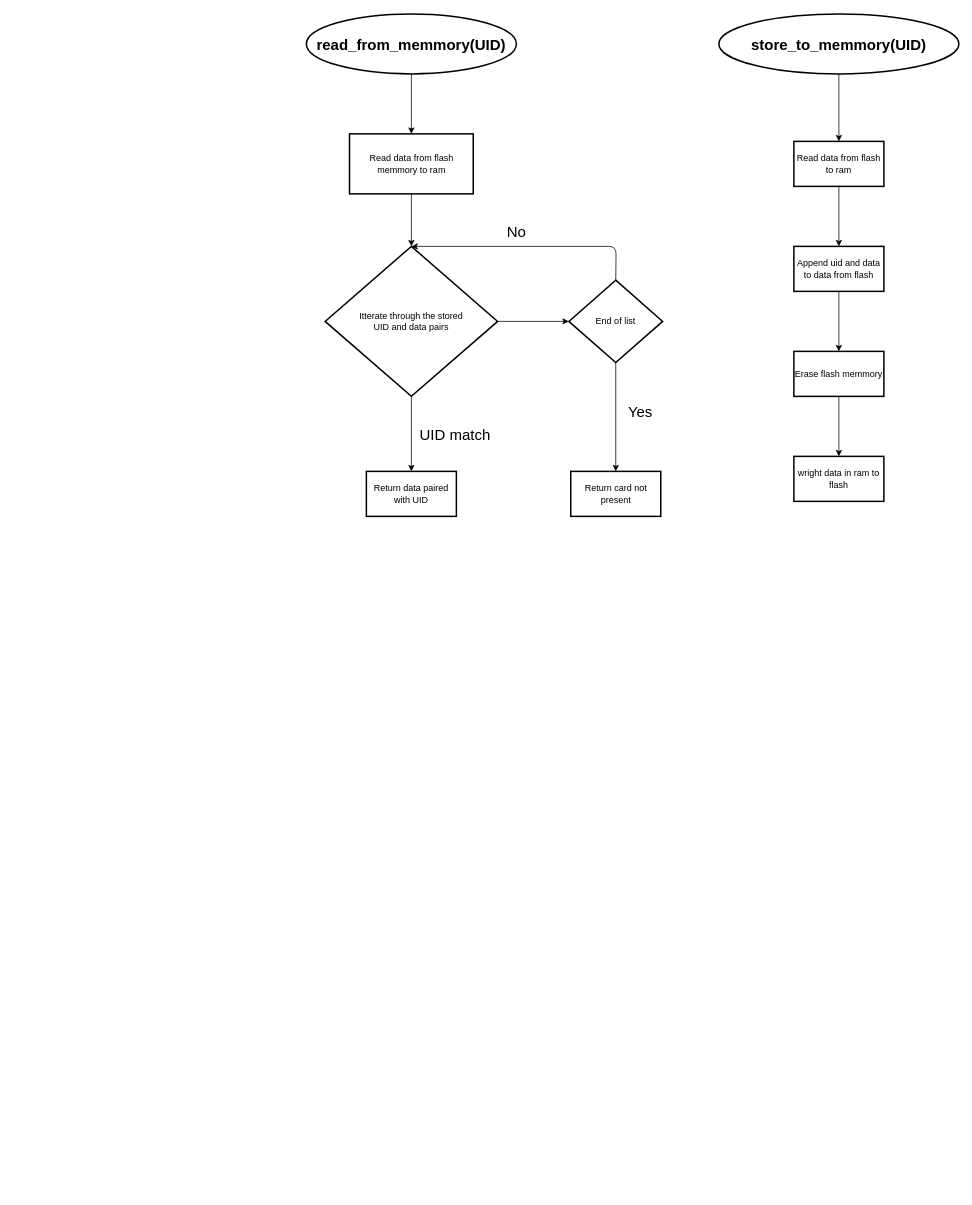
The draw.io diagram flowcharts/Flash FLow.drawio in django-wardlow/ece230TermProject, before the edit. Source tidied: cells renumbered, new cells numbered last; positions are measured from the earlier drawing's top-left corner, leaving out a move shared by most shapes. Both pictures are drawn from the tidied source at 75%, with x=0, y=0 at pixel (306, 14).
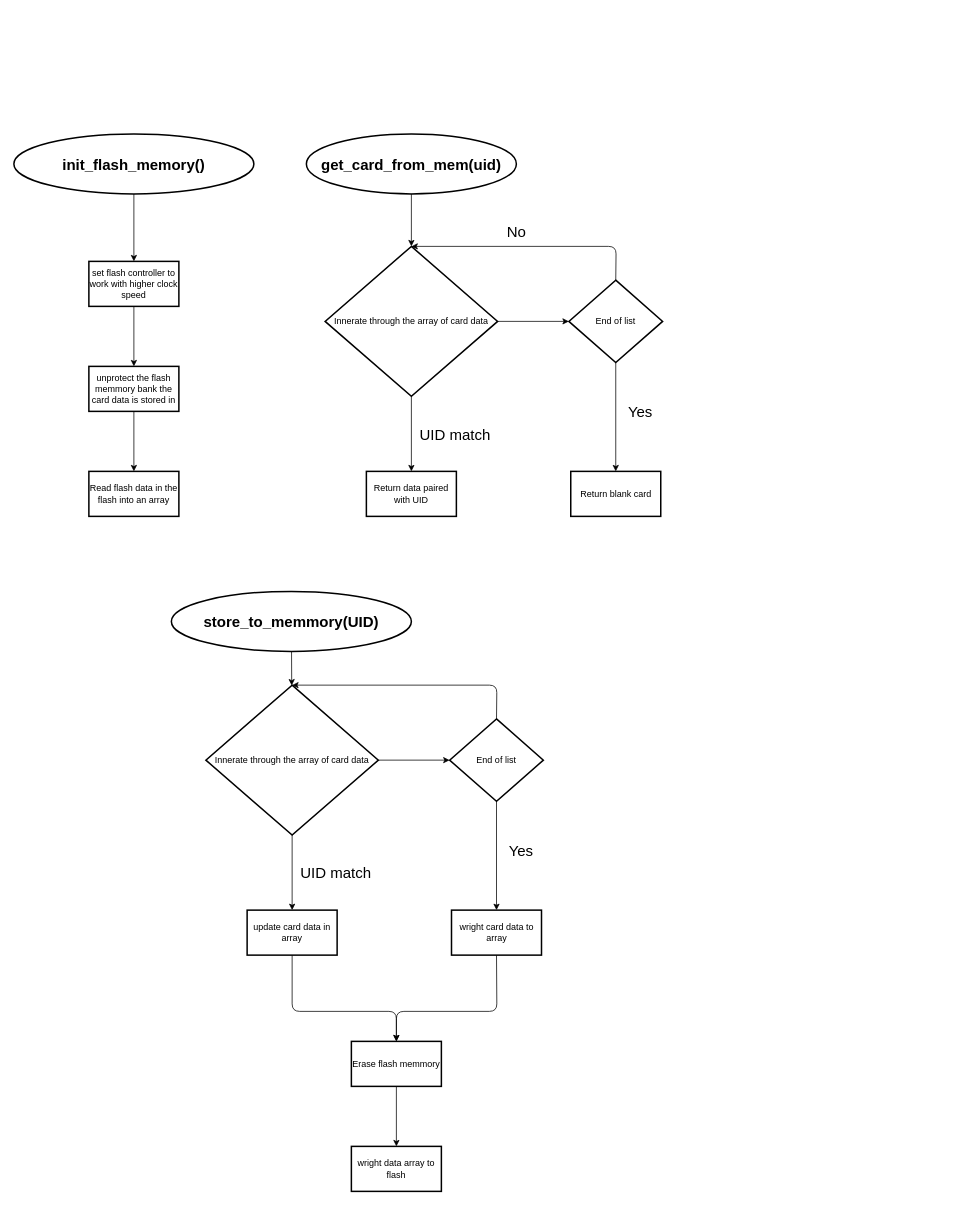
The same diagram, later.

Change to the diagram source:
```diff
@@
-    <mxCell id="2" style="edgeStyle=none;html=1;fontSize=20;" parent="1" edge="1" source="3" target="20">
-      <mxGeometry relative="1" as="geometry" />
-    </mxCell>
+    <mxCell id="26" style="edgeStyle=none;html=1;" parent="1" edge="1" source="3" target="35">
+      <mxGeometry relative="1" as="geometry" />
+    </mxCell>
     <mxCell id="3" value="&lt;h1&gt;&lt;font style=&quot;font-size: 20px;&quot;&gt;store_to_memmory(UID)&lt;/font&gt;&lt;/h1&gt;" style="strokeWidth=2;html=1;shape=mxgraph.flowchart.start_1;whiteSpace=wrap;" parent="1" vertex="1">
-      <mxGeometry x="550" width="320" height="80" as="geometry" />
+      <mxGeometry x="-180" y="770" width="320" height="80" as="geometry" />
     </mxCell>
-    <mxCell id="4" style="edgeStyle=none;html=1;fontSize=20;" parent="1" edge="1" source="5" target="7">
-      <mxGeometry relative="1" as="geometry" />
-    </mxCell>
-    <mxCell id="5" value="&lt;h1&gt;&lt;font style=&quot;font-size: 20px;&quot;&gt;read_from_memmory(UID)&lt;/font&gt;&lt;/h1&gt;" style="strokeWidth=2;html=1;shape=mxgraph.flowchart.start_1;whiteSpace=wrap;" parent="1" vertex="1">
-      <mxGeometry width="280" height="80" as="geometry" />
+    <mxCell id="5" value="&lt;h1&gt;&lt;font style=&quot;font-size: 20px;&quot;&gt;get_card_from_mem(uid)&lt;/font&gt;&lt;/h1&gt;" style="strokeWidth=2;html=1;shape=mxgraph.flowchart.start_1;whiteSpace=wrap;" parent="1" vertex="1">
+      <mxGeometry y="160" width="280" height="80" as="geometry" />
     </mxCell>
-    <mxCell id="6" style="edgeStyle=none;html=1;fontSize=20;" parent="1" edge="1" source="7" target="9">
-      <mxGeometry relative="1" as="geometry" />
+    <mxCell id="6" style="edgeStyle=none;html=1;fontSize=20;" parent="1" edge="1" target="9">
+      <mxGeometry relative="1" as="geometry">
+        <mxPoint x="140" y="240" as="sourcePoint" />
+      </mxGeometry>
     </mxCell>
-    <mxCell id="7" value="Read data from flash memmory to ram" style="whiteSpace=wrap;html=1;strokeWidth=2;" parent="1" vertex="1">
-      <mxGeometry x="57.5" y="160" width="165" height="80" as="geometry" />
-    </mxCell>
@@
-    <mxCell id="9" value="Itterate through the stored &lt;br&gt;UID and data pairs" style="rhombus;whiteSpace=wrap;html=1;strokeWidth=2;" parent="1" vertex="1">
+    <mxCell id="9" value="Innerate through the array of card data" style="rhombus;whiteSpace=wrap;html=1;strokeWidth=2;" parent="1" vertex="1">
       <mxGeometry x="25" y="310" width="230" height="200" as="geometry" />
     </mxCell>
@@
-    <mxCell id="17" value="Return card not present" style="whiteSpace=wrap;html=1;strokeWidth=2;" parent="1" vertex="1">
+    <mxCell id="17" value="Return blank card" style="whiteSpace=wrap;html=1;strokeWidth=2;" parent="1" vertex="1">
       <mxGeometry x="352.5" y="610" width="120" height="60" as="geometry" />
     </mxCell>
@@
-    <mxCell id="19" style="edgeStyle=none;html=1;fontSize=20;" parent="1" edge="1" source="20" target="22">
-      <mxGeometry relative="1" as="geometry" />
-    </mxCell>
-    <mxCell id="20" value="Read data from flash to ram" style="whiteSpace=wrap;html=1;strokeWidth=2;" parent="1" vertex="1">
-      <mxGeometry x="650" y="170" width="120" height="60" as="geometry" />
-    </mxCell>
-    <mxCell id="21" style="edgeStyle=none;html=1;fontSize=20;" parent="1" edge="1" source="22" target="24">
-      <mxGeometry relative="1" as="geometry" />
-    </mxCell>
-    <mxCell id="22" value="Append uid and data to data from flash" style="whiteSpace=wrap;html=1;strokeWidth=2;" parent="1" vertex="1">
-      <mxGeometry x="650" y="310" width="120" height="60" as="geometry" />
-    </mxCell>
@@
     <mxCell id="24" value="Erase flash memmory" style="whiteSpace=wrap;html=1;strokeWidth=2;" parent="1" vertex="1">
-      <mxGeometry x="650" y="450" width="120" height="60" as="geometry" />
+      <mxGeometry x="60" y="1370" width="120" height="60" as="geometry" />
     </mxCell>
-    <mxCell id="25" value="wright data in ram to flash" style="whiteSpace=wrap;html=1;strokeWidth=2;" parent="1" vertex="1">
-      <mxGeometry x="650" y="590" width="120" height="60" as="geometry" />
+    <mxCell id="25" value="wright data array to flash" style="whiteSpace=wrap;html=1;strokeWidth=2;" parent="1" vertex="1">
+      <mxGeometry x="60" y="1510" width="120" height="60" as="geometry" />
     </mxCell>
+    <mxCell id="27" style="edgeStyle=none;html=1;fontSize=20;" parent="1" edge="1" source="28" target="30">
+      <mxGeometry relative="1" as="geometry" />
+    </mxCell>
+    <mxCell id="28" value="&lt;h1&gt;&lt;span style=&quot;font-size: 20px;&quot;&gt;init_flash_memory()&lt;/span&gt;&lt;/h1&gt;" style="strokeWidth=2;html=1;shape=mxgraph.flowchart.start_1;whiteSpace=wrap;" parent="1" vertex="1">
+      <mxGeometry x="-390" y="160" width="320" height="80" as="geometry" />
+    </mxCell>
+    <mxCell id="29" style="edgeStyle=none;html=1;fontSize=20;" parent="1" edge="1" source="30" target="32">
+      <mxGeometry relative="1" as="geometry" />
+    </mxCell>
+    <mxCell id="30" value="set flash controller to work with higher clock speed" style="whiteSpace=wrap;html=1;strokeWidth=2;" parent="1" vertex="1">
+      <mxGeometry x="-290" y="330" width="120" height="60" as="geometry" />
+    </mxCell>
+    <mxCell id="31" style="edgeStyle=none;html=1;fontSize=20;" parent="1" edge="1" source="32" target="33">
+      <mxGeometry relative="1" as="geometry" />
+    </mxCell>
+    <mxCell id="32" value="unprotect the flash memmory bank the card data is stored in" style="whiteSpace=wrap;html=1;strokeWidth=2;" parent="1" vertex="1">
+      <mxGeometry x="-290" y="470" width="120" height="60" as="geometry" />
+    </mxCell>
+    <mxCell id="33" value="Read flash data in the flash into an array" style="whiteSpace=wrap;html=1;strokeWidth=2;" parent="1" vertex="1">
+      <mxGeometry x="-290" y="610" width="120" height="60" as="geometry" />
+    </mxCell>
+    <mxCell id="34" style="edgeStyle=none;html=1;fontSize=20;" parent="1" edge="1" source="35" target="42">
+      <mxGeometry relative="1" as="geometry" />
+    </mxCell>
+    <mxCell id="35" value="Innerate through the array of card data" style="rhombus;whiteSpace=wrap;html=1;strokeWidth=2;" parent="1" vertex="1">
+      <mxGeometry x="-134" y="895" width="230" height="200" as="geometry" />
+    </mxCell>
+    <mxCell id="36" style="edgeStyle=none;html=1;fontSize=20;exitX=0.5;exitY=1;exitDx=0;exitDy=0;" parent="1" edge="1" source="35" target="38">
+      <mxGeometry relative="1" as="geometry" />
+    </mxCell>
+    <mxCell id="37" style="edgeStyle=none;html=1;exitX=0.5;exitY=1;exitDx=0;exitDy=0;entryX=0.5;entryY=0;entryDx=0;entryDy=0;" parent="1" edge="1" source="38" target="24">
+      <mxGeometry relative="1" as="geometry">
+        <Array as="points">
+          <mxPoint x="-19" y="1330" />
+          <mxPoint x="120" y="1330" />
+        </Array>
+      </mxGeometry>
+    </mxCell>
+    <mxCell id="38" value="update card data in array" style="whiteSpace=wrap;html=1;strokeWidth=2;" parent="1" vertex="1">
+      <mxGeometry x="-79" y="1195" width="120" height="60" as="geometry" />
+    </mxCell>
+    <mxCell id="39" value="UID match" style="text;html=1;align=center;verticalAlign=middle;strokeColor=none;fillColor=none;fontSize=20;" parent="1" vertex="1">
+      <mxGeometry x="-21" y="1125" width="120" height="40" as="geometry" />
+    </mxCell>
+    <mxCell id="40" style="edgeStyle=none;html=1;exitX=0.5;exitY=0;exitDx=0;exitDy=0;fontSize=20;entryX=0.5;entryY=0;entryDx=0;entryDy=0;" parent="1" edge="1" source="42" target="35">
+      <mxGeometry relative="1" as="geometry">
+        <Array as="points">
+          <mxPoint x="254" y="895" />
+        </Array>
+      </mxGeometry>
+    </mxCell>
+    <mxCell id="41" style="edgeStyle=none;html=1;fontSize=20;" parent="1" edge="1" source="42" target="44">
+      <mxGeometry relative="1" as="geometry" />
+    </mxCell>
+    <mxCell id="42" value="End of list" style="rhombus;whiteSpace=wrap;html=1;strokeWidth=2;" parent="1" vertex="1">
+      <mxGeometry x="191" y="940" width="125" height="110" as="geometry" />
+    </mxCell>
+    <mxCell id="43" style="edgeStyle=none;html=1;exitX=0.5;exitY=1;exitDx=0;exitDy=0;entryX=0.5;entryY=0;entryDx=0;entryDy=0;" parent="1" edge="1" source="44" target="24">
+      <mxGeometry relative="1" as="geometry">
+        <Array as="points">
+          <mxPoint x="254" y="1330" />
+          <mxPoint x="120" y="1330" />
+        </Array>
+      </mxGeometry>
+    </mxCell>
+    <mxCell id="44" value="wright card data to array" style="whiteSpace=wrap;html=1;strokeWidth=2;" parent="1" vertex="1">
+      <mxGeometry x="193.5" y="1195" width="120" height="60" as="geometry" />
+    </mxCell>
+    <mxCell id="45" value="Yes" style="text;html=1;align=center;verticalAlign=middle;strokeColor=none;fillColor=none;fontSize=20;" parent="1" vertex="1">
+      <mxGeometry x="256" y="1095" width="60" height="40" as="geometry" />
+    </mxCell>
```
